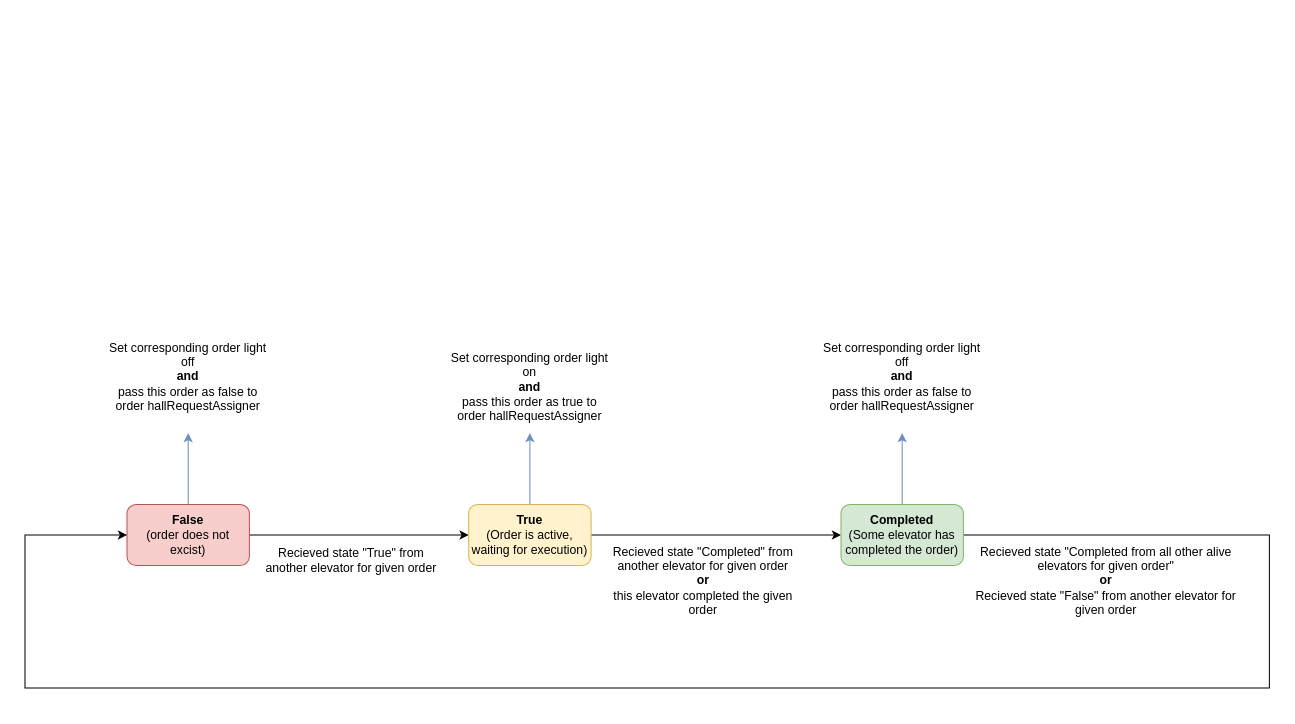
Before: Diagrammer/OrdersStateMachine.drawio in MathiasSagerup/Sanntid, a draw.io diagram. Source tidied: cells renumbered, new cells numbered last; positions are measured from the earlier drawing's top-left corner, leaving out a move shared by most shapes. Both pictures are drawn from the tidied source at 102%, with x=0, y=0 at pixel (24, 330).
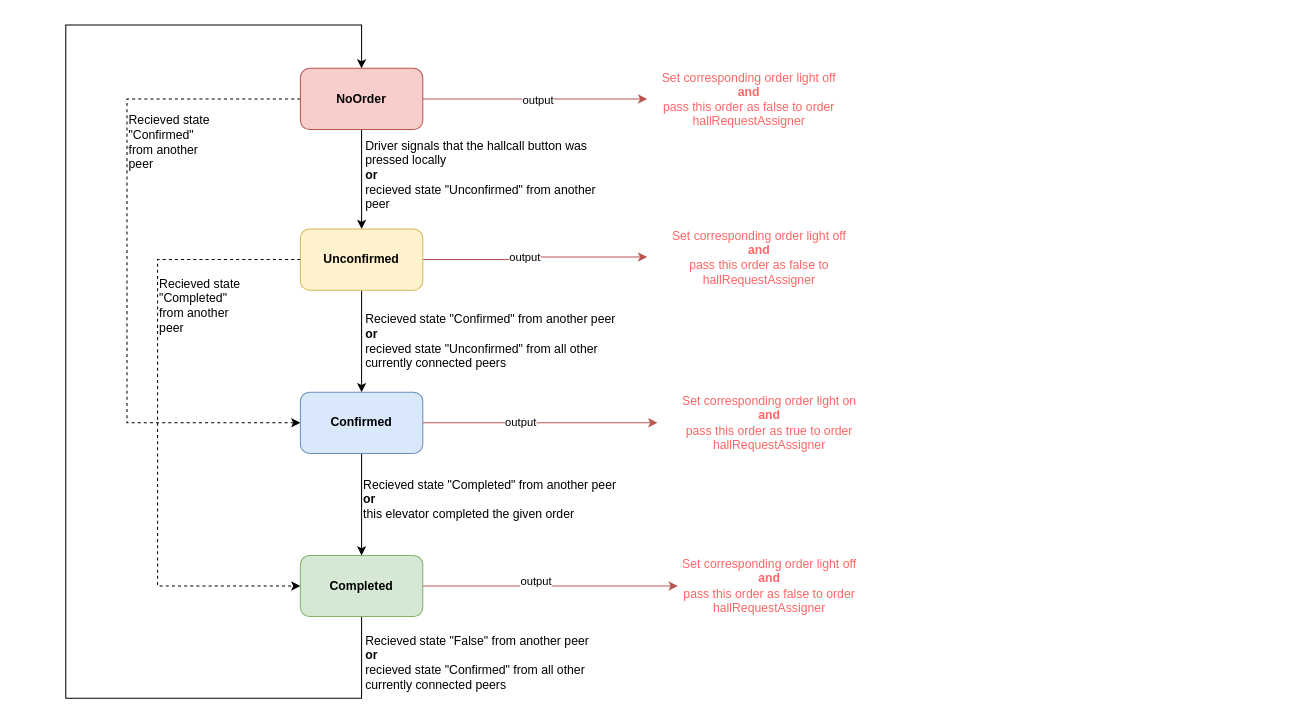
The same diagram, later.

Change to the diagram source:
```diff
@@
-    <mxCell id="2" style="edgeStyle=orthogonalEdgeStyle;rounded=0;jettySize=auto;html=1;entryX=0;entryY=0.5;entryDx=0;entryDy=0;" parent="1" edge="1" source="4" target="7">
+    <mxCell id="2" style="edgeStyle=orthogonalEdgeStyle;rounded=0;jettySize=auto;html=1;entryX=0.5;entryY=0;entryDx=0;entryDy=0;" parent="1" edge="1" source="4" target="7">
       <mxGeometry relative="1" as="geometry" />
     </mxCell>
-    <mxCell id="3" style="edgeStyle=orthogonalEdgeStyle;rounded=0;jettySize=auto;html=1;fillColor=#dae8fc;strokeColor=#6c8ebf;" parent="1" edge="1" source="4">
-      <mxGeometry relative="1" as="geometry">
-        <mxPoint x="160" y="100" as="targetPoint" />
-      </mxGeometry>
-    </mxCell>
+    <mxCell id="17" style="edgeStyle=orthogonalEdgeStyle;rounded=0;jettySize=auto;html=1;fontColor=#FF6666;fillColor=#f8cecc;strokeColor=#b85450;" parent="1" edge="1" source="4" target="15">
+      <mxGeometry relative="1" as="geometry" />
+    </mxCell>
+    <mxCell id="18" value="output" style="edgeLabel;html=1;align=center;verticalAlign=middle;" parent="17" vertex="1">
+      <mxGeometry x="0.02" y="-1" relative="1" as="geometry" />
+    </mxCell>
+    <mxCell id="19" style="edgeStyle=orthogonalEdgeStyle;rounded=0;jettySize=auto;html=1;entryX=0;entryY=0.5;entryDx=0;entryDy=0;dashed=1;" parent="1" edge="1" source="4" target="27">
+      <mxGeometry relative="1" as="geometry">
+        <Array as="points">
+          <mxPoint x="100" y="-227" />
+          <mxPoint x="100" y="90" />
+        </Array>
+      </mxGeometry>
+    </mxCell>
-    <mxCell id="4" value="&lt;div&gt;&lt;b&gt;False&lt;/b&gt;&lt;/div&gt;(order does not excist)" style="rounded=1;whiteSpace=wrap;html=1;fillColor=#f8cecc;strokeColor=#b85450;" parent="1" vertex="1">
-      <mxGeometry x="100" y="170" width="120" height="60" as="geometry" />
+    <mxCell id="4" value="&lt;div&gt;&lt;span style=&quot;background-color: transparent; color: light-dark(rgb(0, 0, 0), rgb(255, 255, 255));&quot;&gt;&lt;b&gt;NoOrder&lt;/b&gt;&lt;/span&gt;&lt;/div&gt;" style="rounded=1;whiteSpace=wrap;html=1;fillColor=#f8cecc;strokeColor=#b85450;" parent="1" vertex="1">
+      <mxGeometry x="270" y="-257.5" width="120" height="60" as="geometry" />
     </mxCell>
+    <mxCell id="20" style="edgeStyle=orthogonalEdgeStyle;rounded=0;jettySize=auto;html=1;" parent="1" edge="1" source="7" target="27">
+      <mxGeometry relative="1" as="geometry" />
+    </mxCell>
+    <mxCell id="6" style="edgeStyle=orthogonalEdgeStyle;rounded=0;jettySize=auto;html=1;fillColor=#f8cecc;strokeColor=#b85450;" parent="1" edge="1" source="7" target="14">
+      <mxGeometry relative="1" as="geometry" />
+    </mxCell>
+    <mxCell id="21" value="output" style="edgeLabel;html=1;align=center;verticalAlign=middle;" parent="6" vertex="1">
+      <mxGeometry x="-0.11" y="3" relative="1" as="geometry" />
+    </mxCell>
-    <mxCell id="5" style="edgeStyle=orthogonalEdgeStyle;rounded=0;jettySize=auto;html=1;entryX=0;entryY=0.5;entryDx=0;entryDy=0;" parent="1" edge="1" source="7" target="10">
-      <mxGeometry relative="1" as="geometry" />
+    <mxCell id="5" style="edgeStyle=orthogonalEdgeStyle;rounded=0;jettySize=auto;html=1;entryX=0;entryY=0.5;entryDx=0;entryDy=0;dashed=1;" parent="1" edge="1" source="7" target="10">
+      <mxGeometry relative="1" as="geometry">
+        <Array as="points">
+          <mxPoint x="130" y="-70" />
+          <mxPoint x="130" y="250" />
+        </Array>
+      </mxGeometry>
     </mxCell>
-    <mxCell id="6" style="edgeStyle=orthogonalEdgeStyle;rounded=0;jettySize=auto;html=1;entryX=0.5;entryY=1;entryDx=0;entryDy=0;entryPerimeter=0;fillColor=#dae8fc;strokeColor=#6c8ebf;" parent="1" edge="1" source="7" target="14">
-      <mxGeometry relative="1" as="geometry" />
-    </mxCell>
-    <mxCell id="7" value="&lt;div&gt;&lt;b&gt;True&lt;/b&gt;&lt;/div&gt;(Order is active, waiting for execution)" style="rounded=1;whiteSpace=wrap;html=1;fillColor=#fff2cc;strokeColor=#d6b656;" parent="1" vertex="1">
-      <mxGeometry x="435" y="170" width="120" height="60" as="geometry" />
+    <mxCell id="7" value="&lt;div&gt;&lt;b&gt;Unconfirmed&lt;/b&gt;&lt;/div&gt;" style="rounded=1;whiteSpace=wrap;html=1;fillColor=#fff2cc;strokeColor=#d6b656;" parent="1" vertex="1">
+      <mxGeometry x="270" y="-100" width="120" height="60" as="geometry" />
     </mxCell>
-    <mxCell id="8" style="edgeStyle=orthogonalEdgeStyle;rounded=0;jettySize=auto;html=1;entryX=0;entryY=0.5;entryDx=0;entryDy=0;exitX=1;exitY=0.5;exitDx=0;exitDy=0;" parent="1" edge="1" source="10" target="4">
+    <mxCell id="8" style="edgeStyle=orthogonalEdgeStyle;rounded=0;jettySize=auto;html=1;entryX=0.5;entryY=0;entryDx=0;entryDy=0;exitX=0.5;exitY=1;exitDx=0;exitDy=0;" parent="1" edge="1" source="10" target="4">
       <mxGeometry relative="1" as="geometry">
         <Array as="points">
-          <mxPoint x="1220" y="200" />
-          <mxPoint x="1220" y="350" />
-          <mxPoint y="350" />
-          <mxPoint y="200" />
+          <mxPoint x="330" y="360" />
+          <mxPoint x="40" y="360" />
+          <mxPoint x="40" y="-300" />
+          <mxPoint x="330" y="-300" />
         </Array>
       </mxGeometry>
     </mxCell>
-    <mxCell id="9" style="edgeStyle=orthogonalEdgeStyle;rounded=0;jettySize=auto;html=1;fillColor=#dae8fc;strokeColor=#6c8ebf;" parent="1" edge="1" source="10">
-      <mxGeometry relative="1" as="geometry">
-        <mxPoint x="860" y="100" as="targetPoint" />
-      </mxGeometry>
-    </mxCell>
+    <mxCell id="22" style="edgeStyle=orthogonalEdgeStyle;rounded=0;jettySize=auto;html=1;fillColor=#f8cecc;strokeColor=#b85450;" parent="1" edge="1" source="10" target="16">
+      <mxGeometry relative="1" as="geometry" />
+    </mxCell>
+    <mxCell id="23" value="output" style="edgeLabel;html=1;align=center;verticalAlign=middle;" parent="22" vertex="1">
+      <mxGeometry x="0.48" y="2" relative="1" as="geometry">
+        <mxPoint x="-75" y="-3" as="offset" />
+      </mxGeometry>
+    </mxCell>
-    <mxCell id="10" value="&lt;div&gt;&lt;b&gt;Completed&lt;/b&gt;&lt;/div&gt;(Some elevator has completed the order)" style="rounded=1;whiteSpace=wrap;html=1;fillColor=#d5e8d4;strokeColor=#82b366;" parent="1" vertex="1">
-      <mxGeometry x="800" y="170" width="120" height="60" as="geometry" />
+    <mxCell id="10" value="&lt;div&gt;&lt;b&gt;Completed&lt;/b&gt;&lt;/div&gt;" style="rounded=1;whiteSpace=wrap;html=1;fillColor=#d5e8d4;strokeColor=#82b366;" parent="1" vertex="1">
+      <mxGeometry x="270" y="220" width="120" height="60" as="geometry" />
     </mxCell>
-    <mxCell id="11" value="Recieved state &quot;True&quot; from another elevator for given order" style="text;html=1;whiteSpace=wrap;strokeColor=none;fillColor=none;align=center;verticalAlign=middle;rounded=0;" parent="1" vertex="1">
-      <mxGeometry x="230" y="210" width="180" height="30" as="geometry" />
+    <mxCell id="11" value="Recieved state &quot;Confirmed&quot; from another peer&lt;div&gt;&lt;b&gt;or&lt;/b&gt;&lt;/div&gt;&lt;div&gt;recieved state &quot;Unconfirmed&quot; from all other currently connected peers&lt;/div&gt;" style="text;html=1;whiteSpace=wrap;strokeColor=none;fillColor=none;align=left;verticalAlign=middle;rounded=0;" parent="1" vertex="1">
+      <mxGeometry x="332" y="-25" width="251" height="70" as="geometry" />
     </mxCell>
-    <mxCell id="12" value="&lt;div&gt;Recieved state &quot;Completed&quot; from another elevator for given order&lt;/div&gt;&lt;div&gt;&lt;b&gt;or&lt;/b&gt;&lt;/div&gt;&lt;div&gt;this elevator completed the given order&lt;/div&gt;" style="text;html=1;whiteSpace=wrap;strokeColor=none;fillColor=none;align=center;verticalAlign=middle;rounded=0;" parent="1" vertex="1">
-      <mxGeometry x="575" y="210" width="180" height="70" as="geometry" />
+    <mxCell id="12" value="&lt;div&gt;Recieved state &quot;Completed&quot; from another peer&lt;/div&gt;&lt;div&gt;&lt;b&gt;or&lt;/b&gt;&lt;/div&gt;&lt;div&gt;this elevator completed the given order&lt;/div&gt;" style="text;html=1;whiteSpace=wrap;strokeColor=none;fillColor=none;align=left;verticalAlign=middle;rounded=0;" parent="1" vertex="1">
+      <mxGeometry x="330" y="130" width="280" height="70" as="geometry" />
     </mxCell>
-    <mxCell id="13" value="&lt;div&gt;Recieved state &quot;Completed from all other alive elevators for given order&quot;&lt;/div&gt;&lt;div&gt;&lt;b&gt;or&lt;/b&gt;&lt;/div&gt;&lt;div&gt;Recieved state &quot;False&quot; from another elevator for given order&lt;/div&gt;" style="text;html=1;whiteSpace=wrap;strokeColor=none;fillColor=none;align=center;verticalAlign=middle;rounded=0;" parent="1" vertex="1">
-      <mxGeometry x="930" y="210" width="260" height="70" as="geometry" />
-    </mxCell>
-    <mxCell id="14" value="&lt;div&gt;Set corresponding order light on&lt;/div&gt;&lt;div&gt;&lt;b&gt;and&lt;/b&gt;&lt;/div&gt;&lt;div&gt;pass this order as true to order hallRequestAssigner&lt;/div&gt;" style="text;html=1;whiteSpace=wrap;strokeColor=none;fillColor=none;align=center;verticalAlign=middle;rounded=0;" parent="1" vertex="1">
-      <mxGeometry x="415" y="10" width="160" height="90" as="geometry" />
+    <mxCell id="14" value="&lt;div&gt;Set corresponding order light off&lt;/div&gt;&lt;div&gt;&lt;b&gt;and&lt;/b&gt;&lt;/div&gt;&lt;div&gt;pass this order as false to hallRequestAssigner&lt;/div&gt;" style="text;html=1;whiteSpace=wrap;fillColor=none;align=center;verticalAlign=middle;rounded=0;fontColor=#FF6666;" parent="1" vertex="1">
+      <mxGeometry x="610" y="-100" width="220" height="55" as="geometry" />
     </mxCell>
-    <mxCell id="15" value="&lt;div&gt;Set corresponding order light off&lt;/div&gt;&lt;div&gt;&lt;b&gt;and&lt;/b&gt;&lt;/div&gt;&lt;div&gt;pass this order as false to order hallRequestAssigner&lt;/div&gt;" style="text;html=1;whiteSpace=wrap;strokeColor=none;fillColor=none;align=center;verticalAlign=middle;rounded=0;" parent="1" vertex="1">
-      <mxGeometry x="80" width="160" height="90" as="geometry" />
+    <mxCell id="15" value="&lt;div&gt;Set corresponding order light off&lt;/div&gt;&lt;div&gt;&lt;b&gt;and&lt;/b&gt;&lt;/div&gt;&lt;div&gt;pass this order as false to order hallRequestAssigner&lt;/div&gt;" style="text;html=1;whiteSpace=wrap;align=center;verticalAlign=middle;rounded=0;fillColor=none;fontColor=#FF6666;" parent="1" vertex="1">
+      <mxGeometry x="610" y="-250" width="200" height="45" as="geometry" />
     </mxCell>
-    <mxCell id="16" value="&lt;div&gt;Set corresponding order light off&lt;/div&gt;&lt;div&gt;&lt;b&gt;and&lt;/b&gt;&lt;/div&gt;&lt;div&gt;pass this order as false to order hallRequestAssigner&lt;/div&gt;" style="text;html=1;whiteSpace=wrap;strokeColor=none;fillColor=none;align=center;verticalAlign=middle;rounded=0;" parent="1" vertex="1">
-      <mxGeometry x="780" width="160" height="90" as="geometry" />
+    <mxCell id="16" value="&lt;div&gt;Set corresponding order light off&lt;/div&gt;&lt;div&gt;&lt;b&gt;and&lt;/b&gt;&lt;/div&gt;&lt;div&gt;pass this order as false to order hallRequestAssigner&lt;/div&gt;" style="text;html=1;whiteSpace=wrap;strokeColor=none;fillColor=none;align=center;verticalAlign=middle;rounded=0;fontColor=#FF6666;" parent="1" vertex="1">
+      <mxGeometry x="640" y="227.5" width="180" height="45" as="geometry" />
     </mxCell>
+    <mxCell id="24" style="edgeStyle=orthogonalEdgeStyle;rounded=0;jettySize=auto;html=1;entryX=0.5;entryY=0;entryDx=0;entryDy=0;" parent="1" edge="1" source="27" target="10">
+      <mxGeometry relative="1" as="geometry" />
+    </mxCell>
+    <mxCell id="25" style="edgeStyle=orthogonalEdgeStyle;rounded=0;jettySize=auto;html=1;fillColor=#f8cecc;strokeColor=#b85450;" parent="1" edge="1" source="27" target="28">
+      <mxGeometry relative="1" as="geometry" />
+    </mxCell>
+    <mxCell id="26" value="output" style="edgeLabel;html=1;align=center;verticalAlign=middle;" parent="25" vertex="1">
+      <mxGeometry x="-0.17" y="1" relative="1" as="geometry" />
+    </mxCell>
+    <mxCell id="27" value="&lt;div&gt;&lt;b&gt;Confirmed&lt;/b&gt;&lt;/div&gt;" style="rounded=1;whiteSpace=wrap;html=1;fillColor=#dae8fc;strokeColor=#6c8ebf;" parent="1" vertex="1">
+      <mxGeometry x="270" y="60" width="120" height="60" as="geometry" />
+    </mxCell>
+    <mxCell id="28" value="&lt;div&gt;Set corresponding order light on&lt;/div&gt;&lt;div&gt;&lt;b&gt;and&lt;/b&gt;&lt;/div&gt;&lt;div&gt;pass this order as true to order hallRequestAssigner&lt;/div&gt;" style="text;html=1;whiteSpace=wrap;strokeColor=none;fillColor=none;align=center;verticalAlign=middle;rounded=0;fontColor=#FF6666;" parent="1" vertex="1">
+      <mxGeometry x="620" y="62.5" width="220" height="55" as="geometry" />
+    </mxCell>
+    <mxCell id="29" value="Driver signals that the hallcall button was pressed locally&lt;div&gt;&lt;b&gt;or&lt;/b&gt;&lt;/div&gt;&lt;div&gt;recieved state &quot;Unconfirmed&quot; from another peer&lt;/div&gt;" style="text;html=1;whiteSpace=wrap;strokeColor=none;fillColor=none;align=left;verticalAlign=middle;rounded=0;" parent="1" vertex="1">
+      <mxGeometry x="332" y="-188" width="251" height="70" as="geometry" />
+    </mxCell>
+    <mxCell id="30" value="Recieved state &quot;False&quot; from another peer&lt;div&gt;&lt;b&gt;or&lt;/b&gt;&lt;/div&gt;&lt;div&gt;recieved state &quot;Confirmed&quot; from all other currently connected peers&lt;/div&gt;" style="text;html=1;whiteSpace=wrap;strokeColor=none;fillColor=none;align=left;verticalAlign=middle;rounded=0;" parent="1" vertex="1">
+      <mxGeometry x="332" y="290" width="251" height="70" as="geometry" />
+    </mxCell>
+    <mxCell id="31" value="Recieved state &quot;Confirmed&quot; from another peer" style="text;html=1;whiteSpace=wrap;strokeColor=none;fillColor=none;align=left;verticalAlign=middle;rounded=0;" parent="1" vertex="1">
+      <mxGeometry x="100" y="-220" width="90" height="70" as="geometry" />
+    </mxCell>
+    <mxCell id="32" value="Recieved state &quot;Completed&quot; from another peer" style="text;html=1;whiteSpace=wrap;strokeColor=none;fillColor=none;align=left;verticalAlign=middle;rounded=0;" parent="1" vertex="1">
+      <mxGeometry x="130" y="-60" width="90" height="70" as="geometry" />
+    </mxCell>
```
